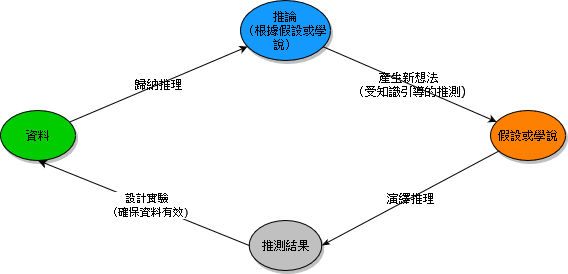
Earlier version of the draw.io export docs/images/sci_cycle.png (SCgeeker/EXPPSY_Opensci). Source tidied: cells renumbered, new cells last; positions are measured from the earlier drawing's top-left corner, leaving out a move shared by most shapes. The source it was exported from:
```xml
<mxGraphModel>
  <root>
    <mxCell id="0" />
    <mxCell id="1" parent="0" />
    <mxCell id="2" value="歸納推理" style="rounded=1;html=1;labelBackgroundColor=none;startArrow=classic;startFill=1;startSize=5;endArrow=none;endFill=0;endSize=5;jettySize=auto;strokeColor=#000000;strokeWidth=1;fontFamily=Verdana;fontSize=12;" parent="1" edge="1" source="4" target="10">
      <mxGeometry relative="1" as="geometry" />
    </mxCell>
    <mxCell id="3" value="產生新想法&lt;br&gt;（受知識引導的推測)" style="edgeStyle=none;rounded=1;html=1;labelBackgroundColor=none;startArrow=none;startFill=0;startSize=5;endArrow=classic;endFill=1;endSize=5;jettySize=auto;strokeColor=#000000;strokeWidth=1;fontFamily=Verdana;fontSize=12;" parent="1" edge="1" source="4" target="6">
      <mxGeometry relative="1" as="geometry" />
    </mxCell>
    <mxCell id="4" value="推論&lt;br&gt;（根據假設或學說）" style="ellipse;whiteSpace=wrap;html=1;rounded=0;shadow=1;comic=0;labelBackgroundColor=none;strokeWidth=1;fontFamily=Verdana;fontSize=12;align=center;fillColor=#1499FF;" parent="1" vertex="1">
      <mxGeometry x="240" width="90" height="60" as="geometry" />
    </mxCell>
    <mxCell id="5" value="演繹推理" style="edgeStyle=none;rounded=1;html=1;labelBackgroundColor=none;startArrow=none;startFill=0;startSize=5;endArrow=classicThin;endFill=1;endSize=5;jettySize=auto;strokeColor=#000000;strokeWidth=1;fontFamily=Verdana;fontSize=12;entryX=1;entryY=0.5;entryDx=0;entryDy=0;" parent="1" edge="1" source="6" target="9">
      <mxGeometry relative="1" as="geometry" />
    </mxCell>
    <mxCell id="6" value="假設或學說" style="ellipse;whiteSpace=wrap;html=1;rounded=0;shadow=1;comic=0;labelBackgroundColor=none;strokeWidth=1;fontFamily=Verdana;fontSize=12;align=center;fillColor=#ff8000;" parent="1" vertex="1">
      <mxGeometry x="490" y="110" width="75" height="50" as="geometry" />
    </mxCell>
    <mxCell id="7" style="rounded=0;jettySize=auto;html=1;exitX=0;exitY=0.5;exitDx=0;exitDy=0;entryX=0.5;entryY=1;entryDx=0;entryDy=0;" parent="1" edge="1" source="9" target="10">
      <mxGeometry relative="1" as="geometry" />
    </mxCell>
    <mxCell id="8" value="設計實驗&lt;br&gt;（確保資料有效)" style="edgeLabel;html=1;align=center;verticalAlign=middle;" parent="7" vertex="1">
      <mxGeometry x="-0.03" y="1" relative="1" as="geometry" />
    </mxCell>
    <mxCell id="9" value="推測結果" style="ellipse;whiteSpace=wrap;html=1;rounded=0;shadow=1;comic=0;labelBackgroundColor=none;strokeWidth=1;fontFamily=Verdana;fontSize=12;align=center;fillColor=#c0c0c0;" parent="1" vertex="1">
      <mxGeometry x="248.8" y="220" width="72.5" height="50" as="geometry" />
    </mxCell>
    <mxCell id="10" value="資料" style="ellipse;whiteSpace=wrap;html=1;rounded=0;shadow=1;comic=0;labelBackgroundColor=none;strokeWidth=1;fontFamily=Verdana;fontSize=12;align=center;fillColor=#00CC00;" parent="1" vertex="1">
      <mxGeometry y="110" width="75" height="50" as="geometry" />
    </mxCell>
  </root>
</mxGraphModel>
```
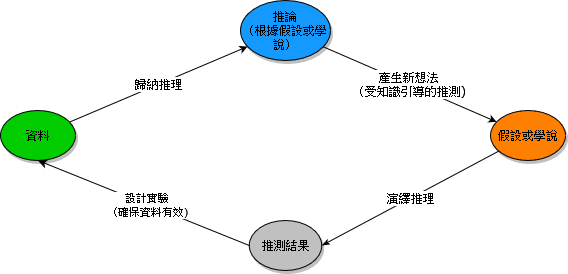
Later version of the same file.

What changed in the source:
```diff
@@ -2,18 +2,15 @@
   <root>
     <mxCell id="0" />
     <mxCell id="1" parent="0" />
-    <mxCell id="2" value="歸納推理" style="rounded=1;html=1;labelBackgroundColor=none;startArrow=classic;startFill=1;startSize=5;endArrow=none;endFill=0;endSize=5;jettySize=auto;strokeColor=#000000;strokeWidth=1;fontFamily=Verdana;fontSize=12;" parent="1" edge="1" source="4" target="10">
+    <mxCell id="2" value="歸納推理" style="rounded=1;html=1;labelBackgroundColor=default;startArrow=classic;startFill=1;startSize=5;endArrow=none;endFill=0;endSize=5;jettySize=auto;strokeColor=#000000;strokeWidth=1;fontFamily=Verdana;fontSize=12;" parent="1" edge="1" source="4" target="10">
       <mxGeometry relative="1" as="geometry" />
     </mxCell>
-    <mxCell id="3" value="產生新想法&lt;br&gt;（受知識引導的推測)" style="edgeStyle=none;rounded=1;html=1;labelBackgroundColor=none;startArrow=none;startFill=0;startSize=5;endArrow=classic;endFill=1;endSize=5;jettySize=auto;strokeColor=#000000;strokeWidth=1;fontFamily=Verdana;fontSize=12;" parent="1" edge="1" source="4" target="6">
+    <mxCell id="3" value="產生新想法&lt;br&gt;（受知識引導的推測)" style="edgeStyle=none;rounded=1;html=1;labelBackgroundColor=default;startArrow=none;startFill=0;startSize=5;endArrow=classic;endFill=1;endSize=5;jettySize=auto;strokeColor=#000000;strokeWidth=1;fontFamily=Verdana;fontSize=12;" parent="1" edge="1" source="4" target="6">
       <mxGeometry relative="1" as="geometry" />
     </mxCell>
     <mxCell id="4" value="推論&lt;br&gt;（根據假設或學說）" style="ellipse;whiteSpace=wrap;html=1;rounded=0;shadow=1;comic=0;labelBackgroundColor=none;strokeWidth=1;fontFamily=Verdana;fontSize=12;align=center;fillColor=#1499FF;" parent="1" vertex="1">
       <mxGeometry x="240" width="90" height="60" as="geometry" />
     </mxCell>
-    <mxCell id="5" value="演繹推理" style="edgeStyle=none;rounded=1;html=1;labelBackgroundColor=none;startArrow=none;startFill=0;startSize=5;endArrow=classicThin;endFill=1;endSize=5;jettySize=auto;strokeColor=#000000;strokeWidth=1;fontFamily=Verdana;fontSize=12;entryX=1;entryY=0.5;entryDx=0;entryDy=0;" parent="1" edge="1" source="6" target="9">
-      <mxGeometry relative="1" as="geometry" />
-    </mxCell>
     <mxCell id="6" value="假設或學說" style="ellipse;whiteSpace=wrap;html=1;rounded=0;shadow=1;comic=0;labelBackgroundColor=none;strokeWidth=1;fontFamily=Verdana;fontSize=12;align=center;fillColor=#ff8000;" parent="1" vertex="1">
       <mxGeometry x="490" y="110" width="75" height="50" as="geometry" />
     </mxCell>
@@ -29,5 +26,8 @@
     <mxCell id="10" value="資料" style="ellipse;whiteSpace=wrap;html=1;rounded=0;shadow=1;comic=0;labelBackgroundColor=none;strokeWidth=1;fontFamily=Verdana;fontSize=12;align=center;fillColor=#00CC00;" parent="1" vertex="1">
       <mxGeometry y="110" width="75" height="50" as="geometry" />
     </mxCell>
+    <mxCell id="5" value="演繹推理" style="edgeStyle=none;rounded=1;html=1;labelBackgroundColor=default;startArrow=none;startFill=0;startSize=5;endArrow=classicThin;endFill=1;endSize=5;jettySize=auto;strokeColor=#000000;strokeWidth=1;fontFamily=Verdana;fontSize=12;entryX=1;entryY=0.5;entryDx=0;entryDy=0;" parent="1" edge="1" source="6" target="9">
+      <mxGeometry relative="1" as="geometry" />
+    </mxCell>
   </root>
 </mxGraphModel>
```
